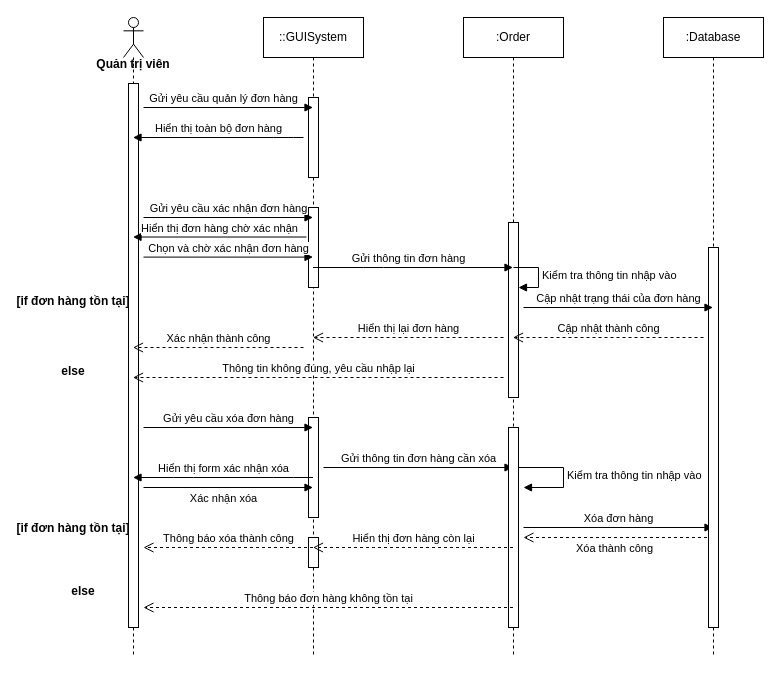
The draw.io diagram QuanLyDonHang.drawio in nguyentruongson1235/pttkhdt2020, before the edit. Source tidied: cells renumbered, new cells numbered last; positions are measured from the earlier drawing's top-left corner, leaving out a move shared by most shapes. Both pictures are drawn from the tidied source at 100%, with x=0, y=0 at pixel (33, 17).
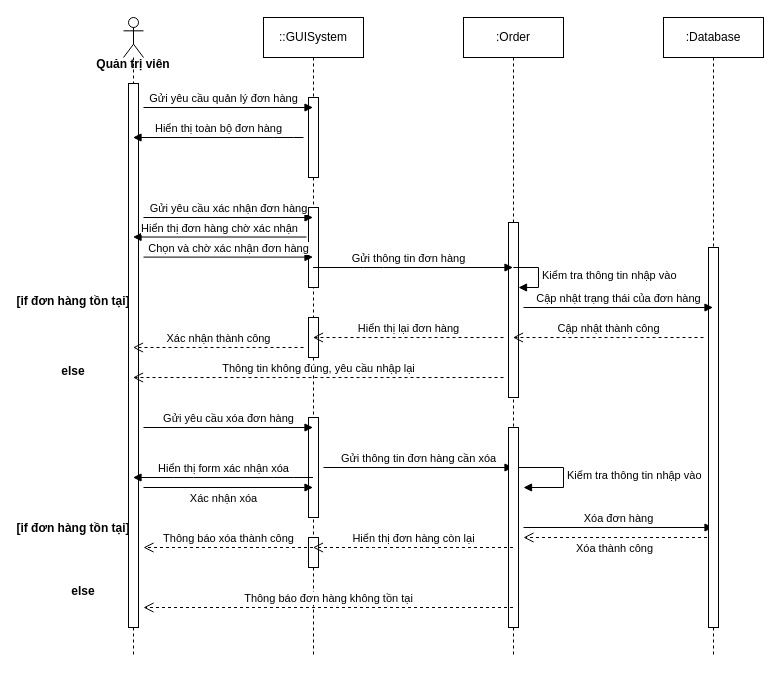
The same diagram, later.

Unchanged cells that the change refers to:
```xml
<mxCell id="4" value="::GUISystem&lt;br&gt;" style="shape=umlLifeline;perimeter=lifelinePerimeter;whiteSpace=wrap;html=1;outlineConnect=0;" parent="1" vertex="1">
  <mxGeometry x="230" width="100" height="640" as="geometry" />
</mxCell>
```

The edit, as a diff of the source:
```diff
@@
+    <mxCell id="41" style="html=1;perimeter=orthogonalPerimeter;" parent="4" vertex="1">
+      <mxGeometry x="45" y="300" width="10" height="40" as="geometry" />
+    </mxCell>
```
